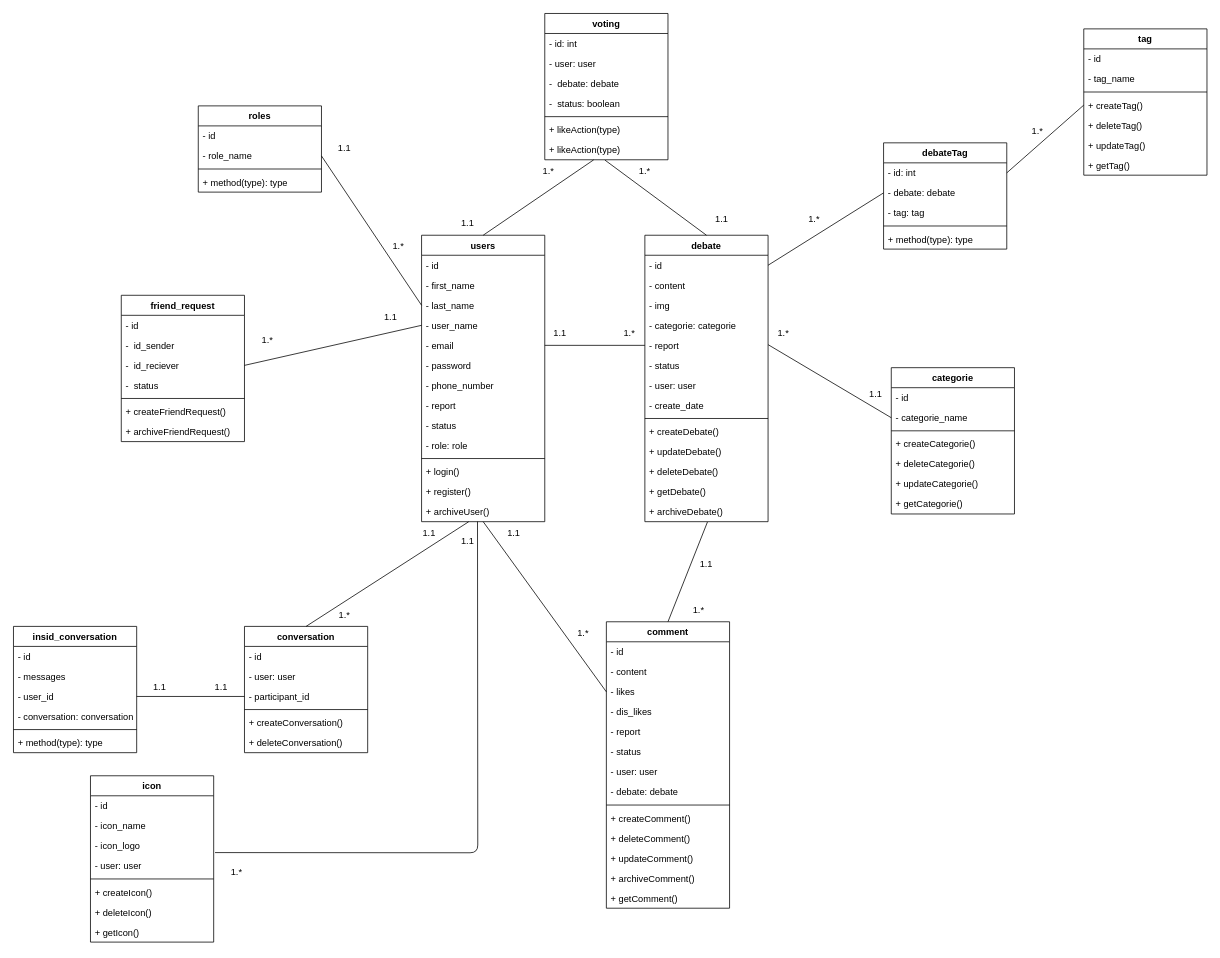
This is DebateVerse.class-diagram.drawio from Mohamed072005/DebateVerse, a draw.io file, before an edit. Source tidied: cells renumbered, new cells numbered last; positions are measured from the earlier drawing's top-left corner, leaving out a move shared by most shapes. Both pictures are drawn from the tidied source at 77%, with x=0, y=0 at pixel (13, 13).
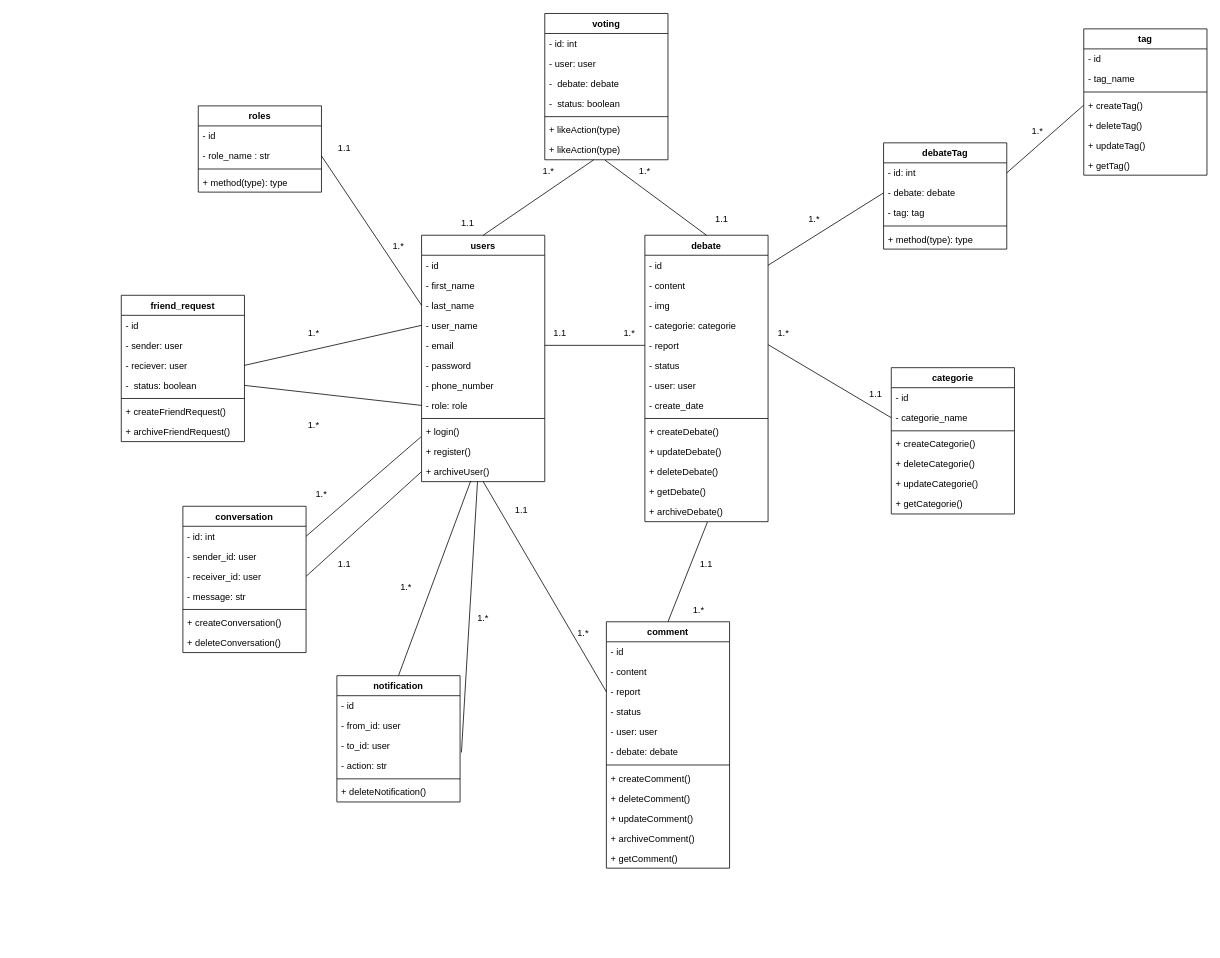
The same diagram, later.

Unchanged cells that the change refers to:
```xml
<mxCell id="32" value="roles" style="swimlane;fontStyle=1;align=center;verticalAlign=top;horizontal=1;startSize=26;" parent="1" vertex="1">
  <mxGeometry x="240" y="120" width="160" height="112" as="geometry" />
</mxCell>
<mxCell id="104" value="friend_request" style="swimlane;fontStyle=1;align=center;verticalAlign=top;horizontal=1;startSize=26;" parent="1" vertex="1">
  <mxGeometry x="140" y="366" width="160" height="190" as="geometry" />
</mxCell>
```

What changed in the source:
```diff
@@
     <mxCell id="17" value="users" style="swimlane;fontStyle=1;align=center;verticalAlign=top;horizontal=1;startSize=26;" parent="1" vertex="1">
-      <mxGeometry x="530" y="288" width="160" height="372" as="geometry" />
+      <mxGeometry x="530" y="288" width="160" height="320" as="geometry" />
     </mxCell>
@@
-    <mxCell id="25" value="- report" style="text;strokeColor=none;fillColor=none;align=left;verticalAlign=top;spacingLeft=4;spacingRight=4;overflow=hidden;" parent="17" vertex="1">
-      <mxGeometry y="208" width="160" height="26" as="geometry" />
-    </mxCell>
-    <mxCell id="26" value="- status" style="text;strokeColor=none;fillColor=none;align=left;verticalAlign=top;spacingLeft=4;spacingRight=4;overflow=hidden;" parent="17" vertex="1">
-      <mxGeometry y="234" width="160" height="26" as="geometry" />
-    </mxCell>
     <mxCell id="27" value="- role: role" style="text;strokeColor=none;fillColor=none;align=left;verticalAlign=top;spacingLeft=4;spacingRight=4;overflow=hidden;points=[[0,0.5],[1,0.5]];portConstraint=eastwest;" parent="17" vertex="1">
-      <mxGeometry y="260" width="160" height="26" as="geometry" />
+      <mxGeometry y="208" width="160" height="26" as="geometry" />
     </mxCell>
     <mxCell id="28" style="line;strokeWidth=1;fillColor=none;align=left;verticalAlign=middle;spacingTop=-1;spacingLeft=3;spacingRight=3;labelPosition=right;strokeColor=inherit;" parent="17" vertex="1">
-      <mxGeometry y="286" width="160" height="8" as="geometry" />
+      <mxGeometry y="234" width="160" height="8" as="geometry" />
     </mxCell>
     <mxCell id="29" value="+ login()" style="text;strokeColor=none;fillColor=none;align=left;verticalAlign=top;spacingLeft=4;spacingRight=4;overflow=hidden;points=[[0,0.5],[1,0.5]];portConstraint=eastwest;" parent="17" vertex="1">
-      <mxGeometry y="294" width="160" height="26" as="geometry" />
+      <mxGeometry y="242" width="160" height="26" as="geometry" />
     </mxCell>
     <mxCell id="30" value="+ register()" style="text;strokeColor=none;fillColor=none;align=left;verticalAlign=top;spacingLeft=4;spacingRight=4;overflow=hidden;" parent="17" vertex="1">
-      <mxGeometry y="320" width="160" height="26" as="geometry" />
+      <mxGeometry y="268" width="160" height="26" as="geometry" />
     </mxCell>
     <mxCell id="31" value="+ archiveUser()" style="text;strokeColor=none;fillColor=none;align=left;verticalAlign=top;spacingLeft=4;spacingRight=4;overflow=hidden;points=[[0,0.5],[1,0.5]];portConstraint=eastwest;" parent="17" vertex="1">
-      <mxGeometry y="346" width="160" height="26" as="geometry" />
+      <mxGeometry y="294" width="160" height="26" as="geometry" />
     </mxCell>
@@
-    <mxCell id="34" value="- role_name" style="text;strokeColor=none;fillColor=none;align=left;verticalAlign=top;spacingLeft=4;spacingRight=4;overflow=hidden;points=[[0,0.5],[1,0.5]];portConstraint=eastwest;" parent="32" vertex="1">
+    <mxCell id="34" value="- role_name : str" style="text;strokeColor=none;fillColor=none;align=left;verticalAlign=top;spacingLeft=4;spacingRight=4;overflow=hidden;points=[[0,0.5],[1,0.5]];portConstraint=eastwest;" parent="32" vertex="1">
       <mxGeometry y="52" width="160" height="26" as="geometry" />
     </mxCell>
@@
     <mxCell id="37" value="comment" style="swimlane;fontStyle=1;align=center;verticalAlign=top;horizontal=1;startSize=26;" parent="1" vertex="1">
-      <mxGeometry x="770" y="790" width="160" height="372" as="geometry" />
+      <mxGeometry x="770" y="790" width="160" height="320" as="geometry" />
     </mxCell>
@@
-    <mxCell id="40" value="- likes" style="text;strokeColor=none;fillColor=none;align=left;verticalAlign=top;spacingLeft=4;spacingRight=4;overflow=hidden;points=[[0,0.5],[1,0.5]];portConstraint=eastwest;" parent="37" vertex="1">
-      <mxGeometry y="78" width="160" height="26" as="geometry" />
-    </mxCell>
-    <mxCell id="41" value="- dis_likes" style="text;strokeColor=none;fillColor=none;align=left;verticalAlign=top;spacingLeft=4;spacingRight=4;overflow=hidden;" parent="37" vertex="1">
-      <mxGeometry y="104" width="160" height="26" as="geometry" />
-    </mxCell>
     <mxCell id="42" value="- report" style="text;strokeColor=none;fillColor=none;align=left;verticalAlign=top;spacingLeft=4;spacingRight=4;overflow=hidden;" parent="37" vertex="1">
-      <mxGeometry y="130" width="160" height="26" as="geometry" />
+      <mxGeometry y="78" width="160" height="26" as="geometry" />
     </mxCell>
     <mxCell id="43" value="- status" style="text;strokeColor=none;fillColor=none;align=left;verticalAlign=top;spacingLeft=4;spacingRight=4;overflow=hidden;" parent="37" vertex="1">
-      <mxGeometry y="156" width="160" height="26" as="geometry" />
+      <mxGeometry y="104" width="160" height="26" as="geometry" />
     </mxCell>
     <mxCell id="44" value="- user: user" style="text;strokeColor=none;fillColor=none;align=left;verticalAlign=top;spacingLeft=4;spacingRight=4;overflow=hidden;" parent="37" vertex="1">
-      <mxGeometry y="182" width="160" height="26" as="geometry" />
+      <mxGeometry y="130" width="160" height="26" as="geometry" />
     </mxCell>
     <mxCell id="45" value="- debate: debate" style="text;strokeColor=none;fillColor=none;align=left;verticalAlign=top;spacingLeft=4;spacingRight=4;overflow=hidden;" parent="37" vertex="1">
-      <mxGeometry y="208" width="160" height="26" as="geometry" />
+      <mxGeometry y="156" width="160" height="26" as="geometry" />
     </mxCell>
     <mxCell id="46" style="line;strokeWidth=1;fillColor=none;align=left;verticalAlign=middle;spacingTop=-1;spacingLeft=3;spacingRight=3;labelPosition=right;strokeColor=inherit;" parent="37" vertex="1">
-      <mxGeometry y="234" width="160" height="8" as="geometry" />
+      <mxGeometry y="182" width="160" height="8" as="geometry" />
     </mxCell>
     <mxCell id="47" value="+ createComment()" style="text;strokeColor=none;fillColor=none;align=left;verticalAlign=top;spacingLeft=4;spacingRight=4;overflow=hidden;" parent="37" vertex="1">
-      <mxGeometry y="242" width="160" height="26" as="geometry" />
+      <mxGeometry y="190" width="160" height="26" as="geometry" />
     </mxCell>
     <mxCell id="48" value="+ deleteComment()" style="text;strokeColor=none;fillColor=none;align=left;verticalAlign=top;spacingLeft=4;spacingRight=4;overflow=hidden;" parent="37" vertex="1">
-      <mxGeometry y="268" width="160" height="26" as="geometry" />
+      <mxGeometry y="216" width="160" height="26" as="geometry" />
     </mxCell>
     <mxCell id="49" value="+ updateComment()" style="text;strokeColor=none;fillColor=none;align=left;verticalAlign=top;spacingLeft=4;spacingRight=4;overflow=hidden;" parent="37" vertex="1">
-      <mxGeometry y="294" width="160" height="26" as="geometry" />
+      <mxGeometry y="242" width="160" height="26" as="geometry" />
     </mxCell>
     <mxCell id="50" value="+ archiveComment()" style="text;strokeColor=none;fillColor=none;align=left;verticalAlign=top;spacingLeft=4;spacingRight=4;overflow=hidden;" parent="37" vertex="1">
-      <mxGeometry y="320" width="160" height="26" as="geometry" />
+      <mxGeometry y="268" width="160" height="26" as="geometry" />
     </mxCell>
     <mxCell id="51" value="+ getComment()" style="text;strokeColor=none;fillColor=none;align=left;verticalAlign=top;spacingLeft=4;spacingRight=4;overflow=hidden;" parent="37" vertex="1">
-      <mxGeometry y="346" width="160" height="26" as="geometry" />
+      <mxGeometry y="294" width="160" height="26" as="geometry" />
     </mxCell>
@@
-    <mxCell id="70" style="endArrow=none;html=1;exitX=0.5;exitY=1;exitDx=0;exitDy=0;entryX=0;entryY=0.5;entryDx=0;entryDy=0;" parent="1" edge="1" source="17" target="40">
-      <mxGeometry relative="1" as="geometry" />
+    <mxCell id="70" style="endArrow=none;html=1;exitX=0.5;exitY=1;exitDx=0;exitDy=0;entryX=0;entryY=0.5;entryDx=0;entryDy=0;" parent="1" edge="1" source="17">
+      <mxGeometry relative="1" as="geometry">
+        <mxPoint x="770" y="881" as="targetPoint" />
+      </mxGeometry>
     </mxCell>
@@
     <mxCell id="85" value="conversation" style="swimlane;fontStyle=1;align=center;verticalAlign=top;horizontal=1;startSize=26;direction=east;" parent="1" vertex="1">
-      <mxGeometry x="300" y="796" width="160" height="164" as="geometry" />
+      <mxGeometry x="220" y="640" width="160" height="190" as="geometry" />
     </mxCell>
-    <mxCell id="86" value="- id" style="text;strokeColor=none;fillColor=none;align=left;verticalAlign=top;spacingLeft=4;spacingRight=4;overflow=hidden;points=[[0,0.5],[1,0.5]];portConstraint=eastwest;" parent="85" vertex="1">
+    <mxCell id="86" value="- id: int" style="text;strokeColor=none;fillColor=none;align=left;verticalAlign=top;spacingLeft=4;spacingRight=4;overflow=hidden;points=[[0,0.5],[1,0.5]];portConstraint=eastwest;" parent="85" vertex="1">
       <mxGeometry y="26" width="160" height="26" as="geometry" />
     </mxCell>
-    <mxCell id="87" value="- user: user" style="text;strokeColor=none;fillColor=none;align=left;verticalAlign=top;spacingLeft=4;spacingRight=4;overflow=hidden;" parent="85" vertex="1">
+    <mxCell id="87" value="- sender_id: user" style="text;strokeColor=none;fillColor=none;align=left;verticalAlign=top;spacingLeft=4;spacingRight=4;overflow=hidden;" parent="85" vertex="1">
       <mxGeometry y="52" width="160" height="26" as="geometry" />
     </mxCell>
-    <mxCell id="88" value="- participant_id" style="text;strokeColor=none;fillColor=none;align=left;verticalAlign=top;spacingLeft=4;spacingRight=4;overflow=hidden;points=[[0,0.5],[1,0.5]];portConstraint=eastwest;" parent="85" vertex="1">
+    <mxCell id="88" value="- receiver_id: user" style="text;strokeColor=none;fillColor=none;align=left;verticalAlign=top;spacingLeft=4;spacingRight=4;overflow=hidden;points=[[0,0.5],[1,0.5]];portConstraint=eastwest;" parent="85" vertex="1">
       <mxGeometry y="78" width="160" height="26" as="geometry" />
     </mxCell>
+    <mxCell id="150" value="- message: str" style="text;strokeColor=none;fillColor=none;align=left;verticalAlign=top;spacingLeft=4;spacingRight=4;overflow=hidden;" parent="85" vertex="1">
+      <mxGeometry y="104" width="160" height="26" as="geometry" />
+    </mxCell>
     <mxCell id="89" style="line;strokeWidth=1;fillColor=none;align=left;verticalAlign=middle;spacingTop=-1;spacingLeft=3;spacingRight=3;labelPosition=right;strokeColor=inherit;" parent="85" vertex="1">
-      <mxGeometry y="104" width="160" height="8" as="geometry" />
+      <mxGeometry y="130" width="160" height="8" as="geometry" />
     </mxCell>
     <mxCell id="90" value="+ createConversation()" style="text;strokeColor=none;fillColor=none;align=left;verticalAlign=top;spacingLeft=4;spacingRight=4;overflow=hidden;" parent="85" vertex="1">
-      <mxGeometry y="112" width="160" height="26" as="geometry" />
+      <mxGeometry y="138" width="160" height="26" as="geometry" />
     </mxCell>
     <mxCell id="91" value="+ deleteConversation()" style="text;strokeColor=none;fillColor=none;align=left;verticalAlign=top;spacingLeft=4;spacingRight=4;overflow=hidden;" parent="85" vertex="1">
-      <mxGeometry y="138" width="160" height="26" as="geometry" />
+      <mxGeometry y="164" width="160" height="26" as="geometry" />
     </mxCell>
-    <mxCell id="92" style="endArrow=none;html=1;entryX=0.383;entryY=1.001;entryDx=0;entryDy=0;entryPerimeter=0;startArrow=none;exitX=0.5;exitY=0;exitDx=0;exitDy=0;" parent="1" edge="1" source="85" target="31">
+    <mxCell id="92" style="endArrow=none;html=1;entryX=-0.006;entryY=0.769;entryDx=0;entryDy=0;entryPerimeter=0;startArrow=none;exitX=1;exitY=0.5;exitDx=0;exitDy=0;" parent="1" edge="1" source="86" target="29">
       <mxGeometry relative="1" as="geometry" />
     </mxCell>
-    <mxCell id="93" value="insid_conversation" style="swimlane;fontStyle=1;align=center;verticalAlign=top;horizontal=1;startSize=26;" parent="1" vertex="1">
-      <mxGeometry y="796" width="160" height="164" as="geometry" />
-    </mxCell>
-    <mxCell id="94" value="- id" style="text;strokeColor=none;fillColor=none;align=left;verticalAlign=top;spacingLeft=4;spacingRight=4;overflow=hidden;" parent="93" vertex="1">
-      <mxGeometry y="26" width="160" height="26" as="geometry" />
-    </mxCell>
-    <mxCell id="95" value="- messages" style="text;strokeColor=none;fillColor=none;align=left;verticalAlign=top;spacingLeft=4;spacingRight=4;overflow=hidden;" parent="93" vertex="1">
-      <mxGeometry y="52" width="160" height="26" as="geometry" />
-    </mxCell>
-    <mxCell id="96" value="- user_id" style="text;strokeColor=none;fillColor=none;align=left;verticalAlign=top;spacingLeft=4;spacingRight=4;overflow=hidden;points=[[0,0.5],[1,0.5]];portConstraint=eastwest;" parent="93" vertex="1">
-      <mxGeometry y="78" width="160" height="26" as="geometry" />
-    </mxCell>
-    <mxCell id="97" value="- conversation: conversation" style="text;strokeColor=none;fillColor=none;align=left;verticalAlign=top;spacingLeft=4;spacingRight=4;overflow=hidden;" parent="93" vertex="1">
-      <mxGeometry y="104" width="160" height="26" as="geometry" />
-    </mxCell>
-    <mxCell id="98" style="line;strokeWidth=1;fillColor=none;align=left;verticalAlign=middle;spacingTop=-1;spacingLeft=3;spacingRight=3;labelPosition=right;strokeColor=inherit;" parent="93" vertex="1">
-      <mxGeometry y="130" width="160" height="8" as="geometry" />
-    </mxCell>
-    <mxCell id="99" value="+ method(type): type" style="text;strokeColor=none;fillColor=none;align=left;verticalAlign=top;spacingLeft=4;spacingRight=4;overflow=hidden;" parent="93" vertex="1">
-      <mxGeometry y="138" width="160" height="26" as="geometry" />
-    </mxCell>
-    <mxCell id="100" style="endArrow=none;html=1;entryX=1;entryY=0.5;entryDx=0;entryDy=0;exitX=0;exitY=0.5;exitDx=0;exitDy=0;" parent="1" edge="1" source="88" target="96">
-      <mxGeometry relative="1" as="geometry" />
-    </mxCell>
     <mxCell id="101" value="1.1" style="text;strokeColor=none;align=center;fillColor=none;html=1;verticalAlign=middle;whiteSpace=wrap;rounded=0;" parent="1" vertex="1">
-      <mxGeometry x="510" y="660" width="60" height="30" as="geometry" />
+      <mxGeometry x="400" y="700" width="60" height="30" as="geometry" />
     </mxCell>
-    <mxCell id="102" value="1.1" style="text;strokeColor=none;align=center;fillColor=none;html=1;verticalAlign=middle;whiteSpace=wrap;rounded=0;" parent="1" vertex="1">
-      <mxGeometry x="240" y="860" width="60" height="30" as="geometry" />
-    </mxCell>
-    <mxCell id="103" value="1.1" style="text;strokeColor=none;align=center;fillColor=none;html=1;verticalAlign=middle;whiteSpace=wrap;rounded=0;" parent="1" vertex="1">
-      <mxGeometry x="160" y="860" width="60" height="30" as="geometry" />
-    </mxCell>
@@
-    <mxCell id="106" value="-  id_sender" style="text;strokeColor=none;fillColor=none;align=left;verticalAlign=top;spacingLeft=4;spacingRight=4;overflow=hidden;" parent="104" vertex="1">
+    <mxCell id="106" value="- sender: user" style="text;strokeColor=none;fillColor=none;align=left;verticalAlign=top;spacingLeft=4;spacingRight=4;overflow=hidden;" parent="104" vertex="1">
       <mxGeometry y="52" width="160" height="26" as="geometry" />
     </mxCell>
-    <mxCell id="107" value="-  id_reciever" style="text;strokeColor=none;fillColor=none;align=left;verticalAlign=top;spacingLeft=4;spacingRight=4;overflow=hidden;points=[[0,0.5],[1,0.5]];portConstraint=eastwest;" parent="104" vertex="1">
+    <mxCell id="107" value="- reciever: user" style="text;strokeColor=none;fillColor=none;align=left;verticalAlign=top;spacingLeft=4;spacingRight=4;overflow=hidden;points=[[0,0.5],[1,0.5]];portConstraint=eastwest;" parent="104" vertex="1">
       <mxGeometry y="78" width="160" height="26" as="geometry" />
     </mxCell>
-    <mxCell id="108" value="-  status" style="text;strokeColor=none;fillColor=none;align=left;verticalAlign=top;spacingLeft=4;spacingRight=4;overflow=hidden;points=[[0,0.5],[1,0.5]];portConstraint=eastwest;" parent="104" vertex="1">
+    <mxCell id="108" value="-  status: boolean" style="text;strokeColor=none;fillColor=none;align=left;verticalAlign=top;spacingLeft=4;spacingRight=4;overflow=hidden;points=[[0,0.5],[1,0.5]];portConstraint=eastwest;" parent="104" vertex="1">
       <mxGeometry y="104" width="160" height="26" as="geometry" />
     </mxCell>
@@
-    <mxCell id="113" value="1.1" style="text;strokeColor=none;align=center;fillColor=none;html=1;verticalAlign=middle;whiteSpace=wrap;rounded=0;" parent="1" vertex="1">
-      <mxGeometry x="460" y="380" width="60" height="30" as="geometry" />
+    <mxCell id="113" value="1.*" style="text;strokeColor=none;align=center;fillColor=none;html=1;verticalAlign=middle;whiteSpace=wrap;rounded=0;" parent="1" vertex="1">
+      <mxGeometry x="360" y="400" width="60" height="30" as="geometry" />
     </mxCell>
     <mxCell id="114" value="1.*" style="text;strokeColor=none;align=center;fillColor=none;html=1;verticalAlign=middle;whiteSpace=wrap;rounded=0;" parent="1" vertex="1">
-      <mxGeometry x="300" y="410" width="60" height="30" as="geometry" />
+      <mxGeometry x="360" y="520" width="60" height="30" as="geometry" />
     </mxCell>
     <mxCell id="115" value="1.*" style="text;strokeColor=none;align=center;fillColor=none;html=1;verticalAlign=middle;whiteSpace=wrap;rounded=0;" parent="1" vertex="1">
-      <mxGeometry x="400" y="766" width="60" height="30" as="geometry" />
+      <mxGeometry x="370" y="610" width="60" height="30" as="geometry" />
     </mxCell>
     <mxCell id="116" value="1.1" style="text;strokeColor=none;align=center;fillColor=none;html=1;verticalAlign=middle;whiteSpace=wrap;rounded=0;" parent="1" vertex="1">
-      <mxGeometry x="620" y="660" width="60" height="30" as="geometry" />
+      <mxGeometry x="630" y="630" width="60" height="30" as="geometry" />
     </mxCell>
-    <mxCell id="117" value="icon" style="swimlane;fontStyle=1;align=center;verticalAlign=top;horizontal=1;startSize=26;" parent="1" vertex="1">
-      <mxGeometry x="100" y="990" width="160" height="216" as="geometry" />
+    <mxCell id="117" value="notification" style="swimlane;fontStyle=1;align=center;verticalAlign=top;horizontal=1;startSize=26;" parent="1" vertex="1">
+      <mxGeometry x="420" y="860" width="160" height="164" as="geometry" />
     </mxCell>
@@
-    <mxCell id="119" value="- icon_name" style="text;strokeColor=none;fillColor=none;align=left;verticalAlign=top;spacingLeft=4;spacingRight=4;overflow=hidden;" parent="117" vertex="1">
+    <mxCell id="119" value="- from_id: user" style="text;strokeColor=none;fillColor=none;align=left;verticalAlign=top;spacingLeft=4;spacingRight=4;overflow=hidden;" parent="117" vertex="1">
       <mxGeometry y="52" width="160" height="26" as="geometry" />
     </mxCell>
-    <mxCell id="120" value="- icon_logo" style="text;strokeColor=none;fillColor=none;align=left;verticalAlign=top;spacingLeft=4;spacingRight=4;overflow=hidden;points=[[0,0.5],[1,0.5]];portConstraint=eastwest;" parent="117" vertex="1">
+    <mxCell id="120" value="- to_id: user" style="text;strokeColor=none;fillColor=none;align=left;verticalAlign=top;spacingLeft=4;spacingRight=4;overflow=hidden;points=[[0,0.5],[1,0.5]];portConstraint=eastwest;" parent="117" vertex="1">
       <mxGeometry y="78" width="160" height="26" as="geometry" />
     </mxCell>
-    <mxCell id="121" value="- user: user" style="text;strokeColor=none;fillColor=none;align=left;verticalAlign=top;spacingLeft=4;spacingRight=4;overflow=hidden;" parent="117" vertex="1">
+    <mxCell id="121" value="- action: str" style="text;strokeColor=none;fillColor=none;align=left;verticalAlign=top;spacingLeft=4;spacingRight=4;overflow=hidden;" parent="117" vertex="1">
       <mxGeometry y="104" width="160" height="26" as="geometry" />
     </mxCell>
@@
-    <mxCell id="123" value="+ createIcon()" style="text;strokeColor=none;fillColor=none;align=left;verticalAlign=top;spacingLeft=4;spacingRight=4;overflow=hidden;" parent="117" vertex="1">
-      <mxGeometry y="138" width="160" height="26" as="geometry" />
-    </mxCell>
-    <mxCell id="124" value="+ deleteIcon()" style="text;strokeColor=none;fillColor=none;align=left;verticalAlign=top;spacingLeft=4;spacingRight=4;overflow=hidden;" parent="117" vertex="1">
-      <mxGeometry y="164" width="160" height="26" as="geometry" />
+    <mxCell id="124" value="+ deleteNotification()" style="text;strokeColor=none;fillColor=none;align=left;verticalAlign=top;spacingLeft=4;spacingRight=4;overflow=hidden;" parent="117" vertex="1">
+      <mxGeometry y="138" width="160" height="26" as="geometry" />
     </mxCell>
-    <mxCell id="125" value="+ getIcon()" style="text;strokeColor=none;fillColor=none;align=left;verticalAlign=top;spacingLeft=4;spacingRight=4;overflow=hidden;" parent="117" vertex="1">
-      <mxGeometry y="190" width="160" height="26" as="geometry" />
-    </mxCell>
     <mxCell id="126" style="endArrow=none;html=1;entryX=0.454;entryY=0.994;entryDx=0;entryDy=0;entryPerimeter=0;exitX=1.011;exitY=0.837;exitDx=0;exitDy=0;exitPerimeter=0;" parent="1" edge="1" source="120" target="31">
-      <mxGeometry relative="1" as="geometry">
-        <Array as="points">
-          <mxPoint x="603" y="1090" />
-        </Array>
-      </mxGeometry>
+      <mxGeometry relative="1" as="geometry" />
     </mxCell>
-    <mxCell id="127" value="1.1" style="text;strokeColor=none;align=center;fillColor=none;html=1;verticalAlign=middle;whiteSpace=wrap;rounded=0;" parent="1" vertex="1">
-      <mxGeometry x="560" y="670" width="60" height="30" as="geometry" />
+    <mxCell id="127" value="1.*" style="text;strokeColor=none;align=center;fillColor=none;html=1;verticalAlign=middle;whiteSpace=wrap;rounded=0;" parent="1" vertex="1">
+      <mxGeometry x="480" y="730" width="60" height="30" as="geometry" />
     </mxCell>
     <mxCell id="128" value="1.*" style="text;strokeColor=none;align=center;fillColor=none;html=1;verticalAlign=middle;whiteSpace=wrap;rounded=0;" parent="1" vertex="1">
-      <mxGeometry x="260" y="1100" width="60" height="30" as="geometry" />
+      <mxGeometry x="580" y="770" width="60" height="30" as="geometry" />
     </mxCell>
@@
+    <mxCell id="151" style="endArrow=none;html=1;exitX=1;exitY=0.5;exitDx=0;exitDy=0;entryX=0;entryY=0.5;entryDx=0;entryDy=0;" parent="1" edge="1" source="108" target="27">
+      <mxGeometry relative="1" as="geometry" />
+    </mxCell>
+    <mxCell id="152" style="endArrow=none;html=1;entryX=0;entryY=0.5;entryDx=0;entryDy=0;startArrow=none;exitX=1;exitY=0.5;exitDx=0;exitDy=0;" parent="1" edge="1" source="88" target="31">
+      <mxGeometry relative="1" as="geometry" />
+    </mxCell>
+    <mxCell id="153" style="endArrow=none;html=1;entryX=0.399;entryY=0.965;entryDx=0;entryDy=0;entryPerimeter=0;exitX=0.5;exitY=0;exitDx=0;exitDy=0;" parent="1" edge="1" source="117" target="31">
+      <mxGeometry relative="1" as="geometry" />
+    </mxCell>
```
